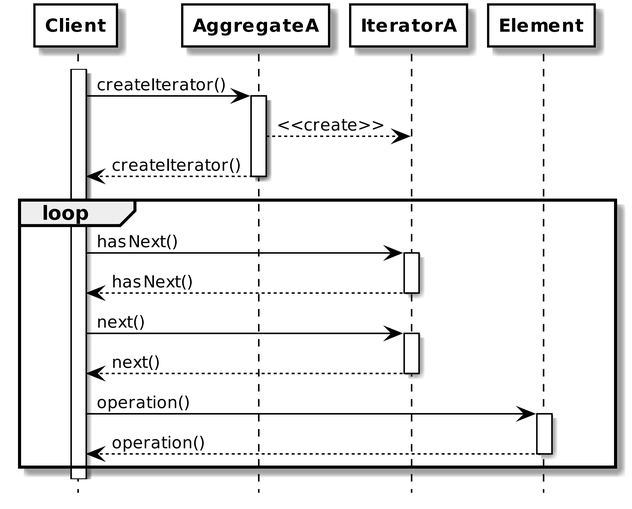
HSGNHR/POS keeps this PlantUML diagram as patterns/general/iterator/uml/iterator_sequenceDiagram.png. Above is the earlier version.
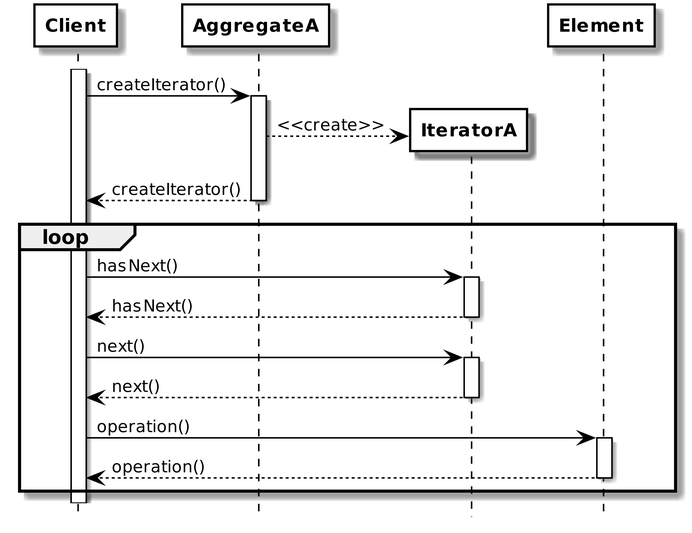
The same diagram one commit later.

Diff of the diagram source:
```diff
@@ -74,6 +74,7 @@
 activate Client
 Client -> AggregateA : createIterator()
 activate AggregateA
+Create IteratorA
 AggregateA --> IteratorA : <<create>>
 Client <-- AggregateA : createIterator()
 deactivate AggregateA
@@ -91,4 +92,5 @@
  Client <-- Element : operation()
  deactivate Element
 end
+
 @enduml
```
